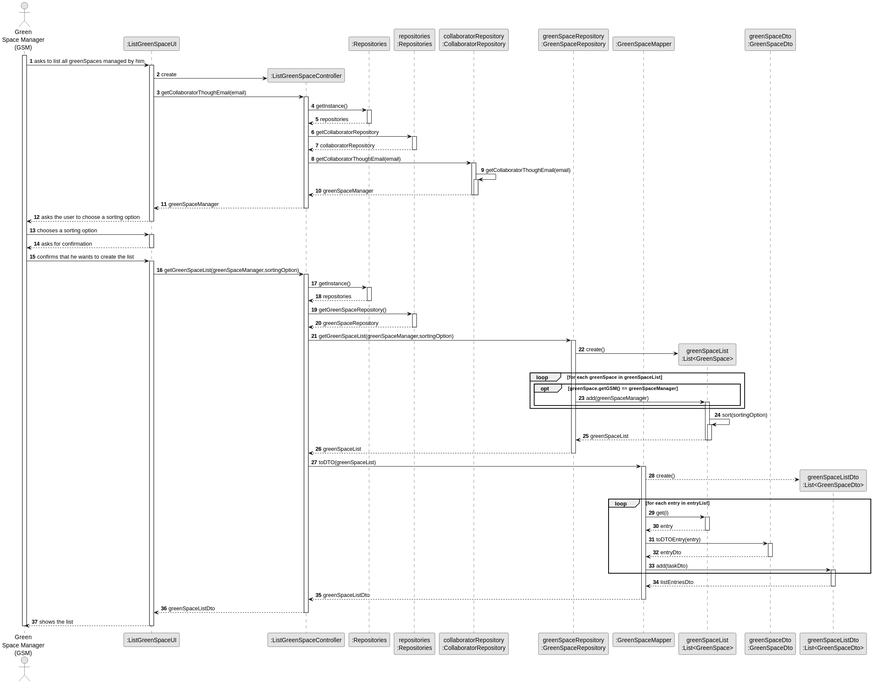
This is docs/sprintC/us027/03.design/svg/us027-sequence-diagram-full.svg from diogoveirospro/lei-24-s2-1dg-g072, a PlantUML export, as it was before one commit.
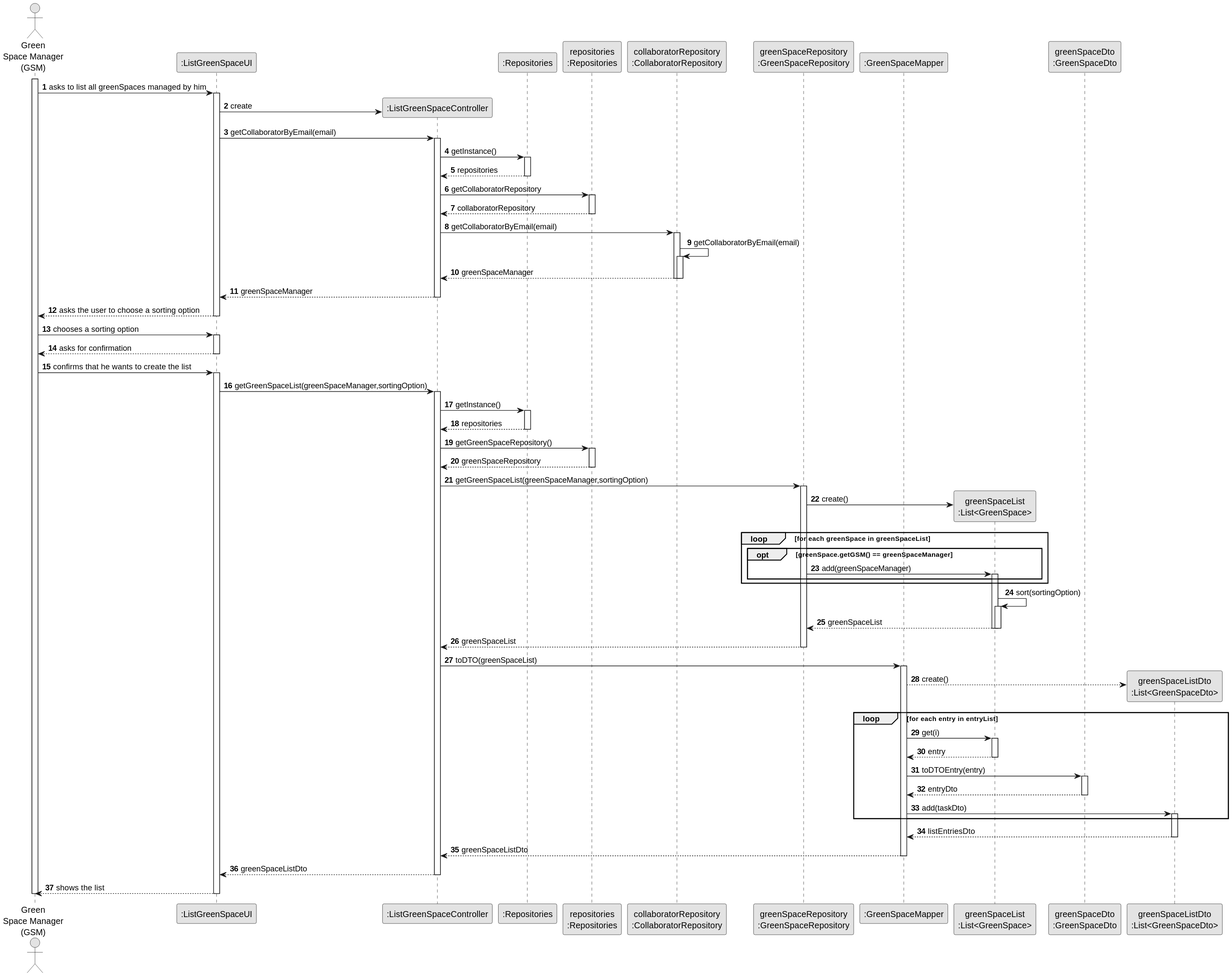
The same diagram one commit later.

Change to the diagram source:
```diff
@@ -24,7 +24,7 @@
         activate UI
 
                 UI -> CTRL** : create
-                    UI -> CTRL : getCollaboratorThoughEmail(email)
+                    UI -> CTRL : getCollaboratorByEmail(email)
                         activate CTRL
 
                         CTRL -> RepositorySingleton : getInstance()
@@ -39,10 +39,10 @@
                             REP --> CTRL : collaboratorRepository
                             deactivate REP
 
-                        CTRL -> collaboratorRepository : getCollaboratorThoughEmail(email)
+                        CTRL -> collaboratorRepository : getCollaboratorByEmail(email)
                             activate collaboratorRepository
 
-                            collaboratorRepository -> collaboratorRepository : getCollaboratorThoughEmail(email)
+                            collaboratorRepository -> collaboratorRepository : getCollaboratorByEmail(email)
                             activate collaboratorRepository
 
                             collaboratorRepository --> CTRL : greenSpaceManager
```
